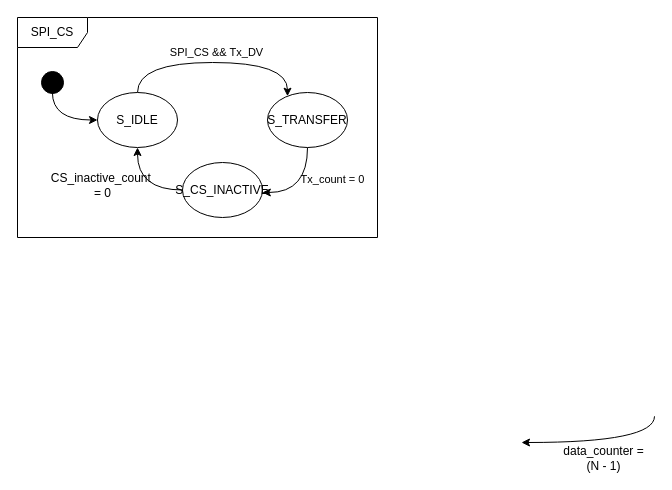
Before: page "SPI_CS_FSM" (4 of 4) of 01_doc/03_drawings/01_design/spi_master.drawio in Diogofernandes5/mthesis, a draw.io diagram. Source tidied: cells renumbered, new cells numbered last; positions are measured from the earlier drawing's top-left corner, leaving out a move shared by most shapes. Both pictures are drawn from the tidied source at 100%, with x=0, y=0 at pixel (17, 17).
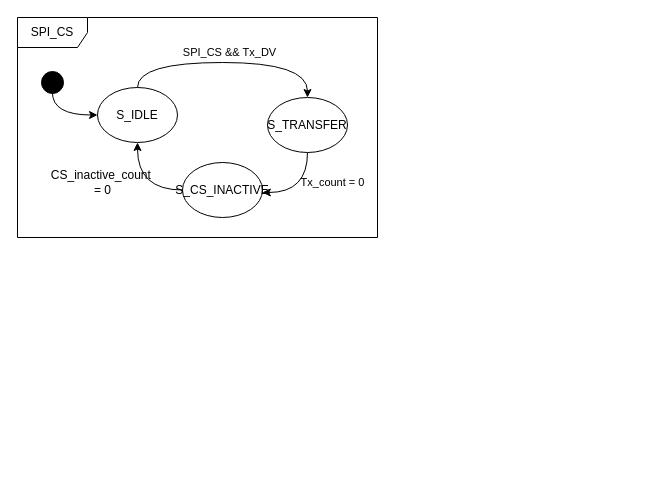
After the change.

Change to the diagram source:
```diff
@@
 <mxGraphModel>
   <root>
     <mxCell id="0" />
     <mxCell id="1" parent="0" />
     <mxCell id="2" value="SPI_CS" style="shape=umlFrame;whiteSpace=wrap;html=1;rounded=1;shadow=0;comic=0;labelBackgroundColor=none;strokeWidth=1;fontFamily=NewsGotT;fontSize=12;align=center;width=70;height=30;" parent="1" vertex="1">
       <mxGeometry width="360" height="220" as="geometry" />
     </mxCell>
     <mxCell id="3" style="edgeStyle=orthogonalEdgeStyle;rounded=0;jettySize=auto;html=1;entryX=0;entryY=0.5;entryDx=0;entryDy=0;curved=1;exitX=0.827;exitY=0.504;exitDx=0;exitDy=0;exitPerimeter=0;fontFamily=NewsGotT;" parent="1" edge="1" source="4" target="6">
       <mxGeometry relative="1" as="geometry">
         <Array as="points">
-          <mxPoint x="35" y="103" />
+          <mxPoint x="35" y="98" />
+          <mxPoint x="80" y="98" />
         </Array>
       </mxGeometry>
     </mxCell>
     <mxCell id="4" style="ellipse;html=1;shape=startState;fillColor=#000000;strokeColor=default;rounded=1;shadow=0;comic=0;labelBackgroundColor=none;fontFamily=NewsGotT;fontSize=12;fontColor=#000000;align=center;direction=south;" parent="1" vertex="1">
       <mxGeometry x="20" y="50" width="30" height="30" as="geometry" />
     </mxCell>
-    <mxCell id="5" value="SPI_CS &amp;amp;&amp;amp; Tx_DV" style="edgeStyle=orthogonalEdgeStyle;rounded=0;jettySize=auto;html=1;exitX=0.5;exitY=0;exitDx=0;exitDy=0;curved=1;fontFamily=NewsGotT;" parent="1" edge="1" source="6" target="8">
+    <mxCell id="5" value="SPI_CS &amp;amp;&amp;amp; Tx_DV" style="edgeStyle=orthogonalEdgeStyle;rounded=0;jettySize=auto;html=1;exitX=0.5;exitY=0;exitDx=0;exitDy=0;curved=1;fontFamily=NewsGotT;entryX=0.5;entryY=0;entryDx=0;entryDy=0;" parent="1" edge="1" source="6" target="8">
       <mxGeometry x="0.02" y="10" relative="1" as="geometry">
         <Array as="points">
           <mxPoint x="120" y="45" />
-          <mxPoint x="270" y="45" />
+          <mxPoint x="290" y="45" />
         </Array>
       </mxGeometry>
     </mxCell>
     <mxCell id="6" value="S_IDLE" style="ellipse;whiteSpace=wrap;html=1;fontFamily=NewsGotT;" parent="1" vertex="1">
-      <mxGeometry x="80" y="75" width="80" height="55" as="geometry" />
+      <mxGeometry x="80" y="70" width="80" height="55" as="geometry" />
     </mxCell>
     <mxCell id="7" value="Tx_count = 0" style="edgeStyle=orthogonalEdgeStyle;rounded=0;jettySize=auto;html=1;exitX=0.5;exitY=1;exitDx=0;exitDy=0;curved=1;fontFamily=NewsGotT;labelBackgroundColor=none;" parent="1" edge="1" source="8" target="10">
       <mxGeometry x="-0.3" y="25" relative="1" as="geometry">
         <Array as="points">
           <mxPoint x="290" y="175" />
         </Array>
       </mxGeometry>
     </mxCell>
     <mxCell id="8" value="S_TRANSFER" style="ellipse;whiteSpace=wrap;html=1;fontFamily=NewsGotT;" parent="1" vertex="1">
-      <mxGeometry x="250" y="75" width="80" height="55" as="geometry" />
+      <mxGeometry x="250" y="80" width="80" height="55" as="geometry" />
     </mxCell>
     <mxCell id="9" value="&lt;div&gt;&lt;font style=&quot;font-size: 12px;&quot; face=&quot;NewsGotT&quot;&gt;CS_inactive_count&amp;nbsp;&lt;/font&gt;&lt;/div&gt;&lt;div&gt;&lt;font style=&quot;font-size: 12px;&quot; face=&quot;NewsGotT&quot;&gt;= 0&lt;/font&gt;&lt;/div&gt;" style="edgeStyle=orthogonalEdgeStyle;rounded=0;jettySize=auto;html=1;exitX=0;exitY=0.5;exitDx=0;exitDy=0;entryX=0.5;entryY=1;entryDx=0;entryDy=0;curved=1;fontFamily=NewsGotT;fontSize=11;strokeColor=default;align=center;verticalAlign=middle;fontColor=default;labelBackgroundColor=none;endArrow=classic;" parent="1" edge="1" source="10" target="6">
       <mxGeometry x="0.14" y="35" relative="1" as="geometry" />
     </mxCell>
     <mxCell id="10" value="S_CS_INACTIVE" style="ellipse;whiteSpace=wrap;html=1;fontFamily=NewsGotT;" parent="1" vertex="1">
       <mxGeometry x="165" y="145" width="80" height="55" as="geometry" />
     </mxCell>
-    <mxCell id="11" style="edgeStyle=orthogonalEdgeStyle;rounded=0;orthogonalLoop=1;jettySize=auto;html=1;exitX=0.5;exitY=1;exitDx=0;exitDy=0;entryX=1;entryY=0.5;entryDx=0;entryDy=0;fontFamily=NewsGotT;fontSize=12;fontColor=default;curved=1;" parent="1" edge="1">
-      <mxGeometry relative="1" as="geometry">
-        <mxPoint x="637" y="398.8" as="sourcePoint" />
-        <mxPoint x="504" y="425" as="targetPoint" />
-        <Array as="points">
-          <mxPoint x="637" y="425" />
-        </Array>
-      </mxGeometry>
-    </mxCell>
-    <mxCell id="12" value="&lt;div&gt;data_counter =&lt;/div&gt;&lt;div&gt;(N - 1)&lt;/div&gt;" style="edgeLabel;html=1;align=center;verticalAlign=middle;strokeColor=default;fontFamily=NewsGotT;fontSize=12;fontColor=default;fillColor=default;labelBackgroundColor=none;" parent="11" vertex="1">
-      <mxGeometry x="0.5" y="-4" relative="1" as="geometry">
-        <mxPoint x="41" y="19" as="offset" />
-      </mxGeometry>
-    </mxCell>
   </root>
 </mxGraphModel>
```
